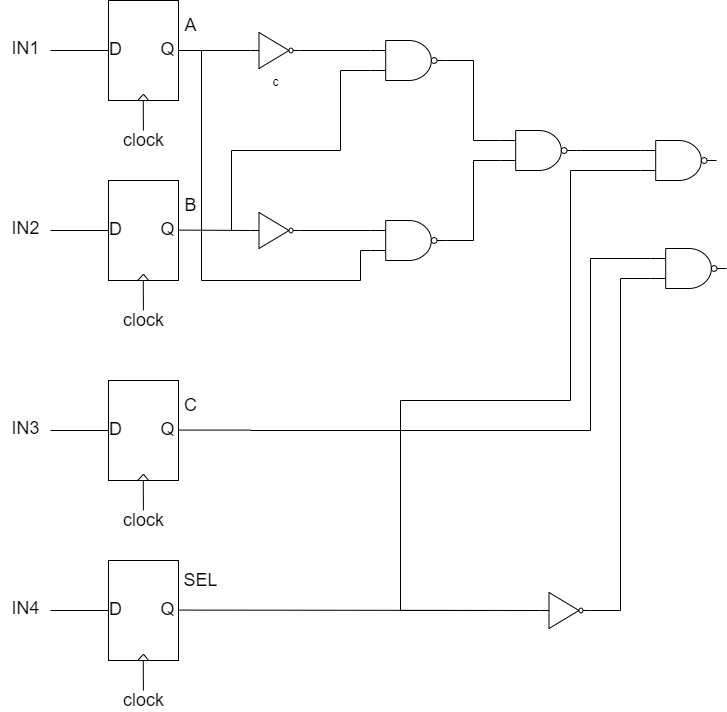
zgjsxx/static-img-repo keeps this draw.io diagram as blog/computer-base/Fundamentals-of-Computer-Architecture-and-Design/2/Logic-circuit-of-maximum-and-minimum-paths.png. Above is the earlier version. Source tidied: cells renumbered, new cells last; positions are measured from the earlier drawing's top-left corner, leaving out a move shared by most shapes.
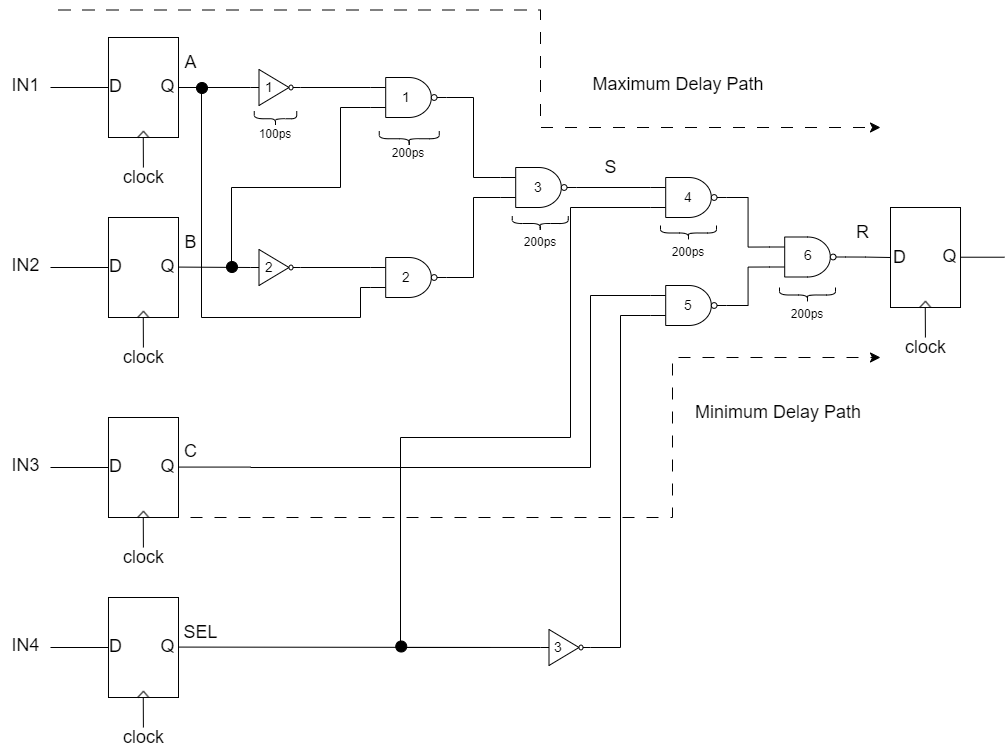
The same file after the commit.

What changed in the source:
```diff
@@ -51,7 +51,7 @@
         <mxPoint x="178" y="50" as="targetPoint" />
       </mxGeometry>
     </mxCell>
-    <mxCell id="14" value="c" style="verticalLabelPosition=bottom;shadow=0;dashed=0;align=center;html=1;verticalAlign=top;shape=mxgraph.electrical.logic_gates.inverter_2;" parent="1" vertex="1">
+    <mxCell id="14" style="verticalLabelPosition=bottom;shadow=0;dashed=0;align=center;html=1;verticalAlign=top;shape=mxgraph.electrical.logic_gates.inverter_2;" parent="1" vertex="1">
       <mxGeometry x="250" y="32" width="50" height="36" as="geometry" />
     </mxCell>
     <mxCell id="15" value="&lt;font style=&quot;font-size: 18px&quot;&gt;IN2&lt;/font&gt;" style="text;html=1;align=center;verticalAlign=middle;fillColor=none;strokeColor=none;rounded=0;" parent="1" vertex="1">
@@ -140,7 +140,7 @@
       </mxGeometry>
     </mxCell>
     <mxCell id="36" value="&lt;font style=&quot;font-size: 18px&quot;&gt;C&lt;/font&gt;" style="text;html=1;align=center;verticalAlign=middle;fillColor=none;strokeColor=none;rounded=0;" parent="1" vertex="1">
-      <mxGeometry x="170" y="385" width="40" height="40" as="geometry" />
+      <mxGeometry x="170" y="394" width="40" height="40" as="geometry" />
     </mxCell>
     <mxCell id="37" value="&lt;font style=&quot;font-size: 18px&quot;&gt;clock&lt;/font&gt;" style="text;html=1;align=center;verticalAlign=middle;fillColor=none;strokeColor=none;rounded=0;" parent="1" vertex="1">
       <mxGeometry x="113" y="510" width="60" height="20" as="geometry" />
@@ -189,7 +189,7 @@
       </mxGeometry>
     </mxCell>
     <mxCell id="48" value="&lt;font style=&quot;font-size: 18px&quot;&gt;SEL&lt;/font&gt;" style="text;html=1;align=center;verticalAlign=middle;fillColor=none;strokeColor=none;rounded=0;" parent="1" vertex="1">
-      <mxGeometry x="170" y="560" width="60" height="40" as="geometry" />
+      <mxGeometry x="170" y="575" width="60" height="40" as="geometry" />
     </mxCell>
     <mxCell id="49" value="&lt;font style=&quot;font-size: 18px&quot;&gt;clock&lt;/font&gt;" style="text;html=1;align=center;verticalAlign=middle;fillColor=none;strokeColor=none;rounded=0;" parent="1" vertex="1">
       <mxGeometry x="113" y="690" width="60" height="20" as="geometry" />
@@ -256,8 +256,11 @@
         </Array>
       </mxGeometry>
     </mxCell>
+    <mxCell id="68" style="edgeStyle=orthogonalEdgeStyle;rounded=0;jettySize=auto;html=1;exitX=1;exitY=0.5;exitDx=0;exitDy=0;exitPerimeter=0;entryX=0;entryY=0.25;entryDx=0;entryDy=0;entryPerimeter=0;endArrow=none;endFill=0;" parent="1" edge="1" source="62" target="84">
+      <mxGeometry relative="1" as="geometry" />
+    </mxCell>
     <mxCell id="62" style="verticalLabelPosition=bottom;shadow=0;dashed=0;align=center;html=1;verticalAlign=top;shape=mxgraph.electrical.logic_gates.logic_gate;operation=and;negating=1;negSize=0.15;" parent="1" vertex="1">
-      <mxGeometry x="640" y="140" width="76" height="40" as="geometry" />
+      <mxGeometry x="650" y="140" width="76" height="40" as="geometry" />
     </mxCell>
     <mxCell id="63" style="edgeStyle=orthogonalEdgeStyle;rounded=0;jettySize=auto;html=1;exitX=0;exitY=0.25;exitDx=0;exitDy=0;exitPerimeter=0;endArrow=none;endFill=0;" parent="1" edge="1" source="64">
       <mxGeometry relative="1" as="geometry">
@@ -268,6 +271,9 @@
         </Array>
       </mxGeometry>
     </mxCell>
+    <mxCell id="69" style="edgeStyle=orthogonalEdgeStyle;rounded=0;jettySize=auto;html=1;exitX=1;exitY=0.5;exitDx=0;exitDy=0;exitPerimeter=0;entryX=0;entryY=0.75;entryDx=0;entryDy=0;entryPerimeter=0;endArrow=none;endFill=0;" parent="1" edge="1" source="64" target="84">
+      <mxGeometry relative="1" as="geometry" />
+    </mxCell>
     <mxCell id="64" style="verticalLabelPosition=bottom;shadow=0;dashed=0;align=center;html=1;verticalAlign=top;shape=mxgraph.electrical.logic_gates.logic_gate;operation=and;negating=1;negSize=0.15;" parent="1" vertex="1">
       <mxGeometry x="650" y="248" width="76" height="40" as="geometry" />
     </mxCell>
@@ -280,5 +286,145 @@
     <mxCell id="67" style="edgeStyle=orthogonalEdgeStyle;rounded=0;jettySize=auto;html=1;exitX=1;exitY=0.5;exitDx=0;exitDy=0;exitPerimeter=0;entryX=0;entryY=0.75;entryDx=0;entryDy=0;entryPerimeter=0;endArrow=none;endFill=0;" parent="1" edge="1" source="66" target="64">
       <mxGeometry relative="1" as="geometry" />
     </mxCell>
+    <mxCell id="70" style="shape=curlyBracket;whiteSpace=wrap;html=1;rounded=1;labelPosition=left;verticalLabelPosition=middle;align=right;verticalAlign=middle;shadow=0;sketch=0;rotation=-90;" parent="1" vertex="1">
+      <mxGeometry x="267.5" y="60" width="15" height="42.5" as="geometry" />
+    </mxCell>
+    <mxCell id="71" value="&lt;font style=&quot;font-size: 14px;&quot;&gt;1&lt;/font&gt;" style="text;strokeColor=none;align=center;fillColor=none;html=1;verticalAlign=middle;whiteSpace=wrap;rounded=0;" parent="1" vertex="1">
+      <mxGeometry x="258.5" y="42.5" width="20" height="15" as="geometry" />
+    </mxCell>
+    <mxCell id="72" value="100ps" style="text;strokeColor=none;align=center;fillColor=none;html=1;verticalAlign=middle;whiteSpace=wrap;rounded=0;" parent="1" vertex="1">
+      <mxGeometry x="245" y="82" width="60" height="30" as="geometry" />
+    </mxCell>
+    <mxCell id="73" style="shape=curlyBracket;whiteSpace=wrap;html=1;rounded=1;labelPosition=left;verticalLabelPosition=middle;align=right;verticalAlign=middle;shadow=0;sketch=0;rotation=-90;" parent="1" vertex="1">
+      <mxGeometry x="401.2" y="71.2" width="15" height="60" as="geometry" />
+    </mxCell>
+    <mxCell id="74" value="200ps" style="text;strokeColor=none;align=center;fillColor=none;html=1;verticalAlign=middle;whiteSpace=wrap;rounded=0;" parent="1" vertex="1">
+      <mxGeometry x="378" y="101.2" width="60" height="30" as="geometry" />
+    </mxCell>
+    <mxCell id="75" style="shape=curlyBracket;whiteSpace=wrap;html=1;rounded=1;labelPosition=left;verticalLabelPosition=middle;align=right;verticalAlign=middle;shadow=0;sketch=0;rotation=-90;" parent="1" vertex="1">
+      <mxGeometry x="532.2" y="158" width="15" height="56" as="geometry" />
+    </mxCell>
+    <mxCell id="76" value="200ps" style="text;strokeColor=none;align=center;fillColor=none;html=1;verticalAlign=middle;whiteSpace=wrap;rounded=0;" parent="1" vertex="1">
+      <mxGeometry x="509.8" y="190" width="60" height="30" as="geometry" />
+    </mxCell>
+    <mxCell id="77" value="&lt;font style=&quot;font-size: 14px;&quot;&gt;1&lt;/font&gt;" style="text;strokeColor=none;align=center;fillColor=none;html=1;verticalAlign=middle;whiteSpace=wrap;rounded=0;" parent="1" vertex="1">
+      <mxGeometry x="396.2" y="52.5" width="20" height="15" as="geometry" />
+    </mxCell>
+    <mxCell id="78" value="&lt;font style=&quot;font-size: 14px;&quot;&gt;2&lt;/font&gt;" style="text;strokeColor=none;align=center;fillColor=none;html=1;verticalAlign=middle;whiteSpace=wrap;rounded=0;" parent="1" vertex="1">
+      <mxGeometry x="396.2" y="232.5" width="20" height="15" as="geometry" />
+    </mxCell>
+    <mxCell id="79" value="&lt;font style=&quot;font-size: 14px;&quot;&gt;2&lt;/font&gt;" style="text;strokeColor=none;align=center;fillColor=none;html=1;verticalAlign=middle;whiteSpace=wrap;rounded=0;" parent="1" vertex="1">
+      <mxGeometry x="258.5" y="222.5" width="20" height="15" as="geometry" />
+    </mxCell>
+    <mxCell id="80" value="&lt;font style=&quot;font-size: 14px;&quot;&gt;3&lt;/font&gt;" style="text;strokeColor=none;align=center;fillColor=none;html=1;verticalAlign=middle;whiteSpace=wrap;rounded=0;" parent="1" vertex="1">
+      <mxGeometry x="528" y="142.5" width="20" height="15" as="geometry" />
+    </mxCell>
+    <mxCell id="81" value="&lt;font style=&quot;font-size: 14px;&quot;&gt;4&lt;/font&gt;" style="text;strokeColor=none;align=center;fillColor=none;html=1;verticalAlign=middle;whiteSpace=wrap;rounded=0;" parent="1" vertex="1">
+      <mxGeometry x="678" y="152.5" width="20" height="15" as="geometry" />
+    </mxCell>
+    <mxCell id="82" value="&lt;font style=&quot;font-size: 14px;&quot;&gt;5&lt;/font&gt;" style="text;strokeColor=none;align=center;fillColor=none;html=1;verticalAlign=middle;whiteSpace=wrap;rounded=0;" parent="1" vertex="1">
+      <mxGeometry x="678" y="260" width="20" height="15" as="geometry" />
+    </mxCell>
+    <mxCell id="83" style="edgeStyle=orthogonalEdgeStyle;rounded=0;jettySize=auto;html=1;exitX=1;exitY=0.5;exitDx=0;exitDy=0;exitPerimeter=0;entryX=0.2;entryY=0.5;entryDx=0;entryDy=0;endArrow=none;endFill=0;entryPerimeter=0;" parent="1" edge="1" source="84" target="91">
+      <mxGeometry relative="1" as="geometry" />
+    </mxCell>
+    <mxCell id="84" style="verticalLabelPosition=bottom;shadow=0;dashed=0;align=center;html=1;verticalAlign=top;shape=mxgraph.electrical.logic_gates.logic_gate;operation=and;negating=1;negSize=0.15;" parent="1" vertex="1">
+      <mxGeometry x="769" y="199.5" width="76" height="40" as="geometry" />
+    </mxCell>
+    <mxCell id="85" value="&lt;font style=&quot;font-size: 14px;&quot;&gt;6&lt;/font&gt;" style="text;strokeColor=none;align=center;fillColor=none;html=1;verticalAlign=middle;whiteSpace=wrap;rounded=0;" parent="1" vertex="1">
+      <mxGeometry x="798" y="210" width="20" height="15" as="geometry" />
+    </mxCell>
+    <mxCell id="86" style="group;" parent="1" vertex="1">
+      <mxGeometry x="890" y="170" width="70" height="100" as="geometry" />
+    </mxCell>
+    <mxCell id="87" style="rounded=0;whiteSpace=wrap;html=1;" parent="86" vertex="1">
+      <mxGeometry width="70" height="100" as="geometry" />
+    </mxCell>
+    <mxCell id="88" style="endArrow=none;html=1;rounded=0;" parent="86" edge="1">
+      <mxGeometry relative="1" as="geometry">
+        <mxPoint x="29.2" y="100" as="sourcePoint" />
+        <mxPoint x="35" y="93.8" as="targetPoint" />
+      </mxGeometry>
+    </mxCell>
+    <mxCell id="89" style="endArrow=none;html=1;rounded=0;exitX=0.574;exitY=0.999;exitDx=0;exitDy=0;exitPerimeter=0;" parent="86" edge="1" source="87">
+      <mxGeometry relative="1" as="geometry">
+        <mxPoint x="35" y="93.8" as="targetPoint" />
+      </mxGeometry>
+    </mxCell>
+    <mxCell id="90" value="&lt;font style=&quot;font-size: 18px&quot;&gt;Q&lt;/font&gt;" style="text;html=1;align=center;verticalAlign=middle;fillColor=none;strokeColor=none;rounded=0;" parent="86" vertex="1">
+      <mxGeometry x="43.6" y="39.3" width="30" height="20" as="geometry" />
+    </mxCell>
+    <mxCell id="91" value="&lt;font style=&quot;font-size: 18px&quot;&gt;D&lt;/font&gt;" style="text;html=1;align=center;verticalAlign=middle;points=[];fillColor=none;strokeColor=none;rounded=0;" parent="86" vertex="1">
+      <mxGeometry x="-6" y="40" width="30" height="20" as="geometry" />
+    </mxCell>
+    <mxCell id="92" style="endArrow=none;html=1;rounded=0;" parent="1" edge="1">
+      <mxGeometry relative="1" as="geometry">
+        <mxPoint x="924.8" y="270" as="sourcePoint" />
+        <mxPoint x="924.9" y="300" as="targetPoint" />
+      </mxGeometry>
+    </mxCell>
+    <mxCell id="93" value="&lt;font style=&quot;font-size: 18px&quot;&gt;R&lt;/font&gt;" style="text;html=1;align=center;verticalAlign=middle;fillColor=none;strokeColor=none;rounded=0;" parent="1" vertex="1">
+      <mxGeometry x="842" y="175" width="40" height="40" as="geometry" />
+    </mxCell>
+    <mxCell id="94" value="&lt;font style=&quot;font-size: 18px&quot;&gt;clock&lt;/font&gt;" style="text;html=1;align=center;verticalAlign=middle;fillColor=none;strokeColor=none;rounded=0;" parent="1" vertex="1">
+      <mxGeometry x="895" y="300" width="60" height="20" as="geometry" />
+    </mxCell>
+    <mxCell id="95" style="edgeStyle=orthogonalEdgeStyle;rounded=0;orthogonalLoop=1;jettySize=auto;html=1;exitX=1;exitY=0.5;exitDx=0;exitDy=0;exitPerimeter=0;entryX=0;entryY=0.5;entryDx=0;entryDy=0;endArrow=none;endFill=0;" parent="1" edge="1">
+      <mxGeometry relative="1" as="geometry">
+        <mxPoint x="960" y="219.7" as="sourcePoint" />
+        <mxPoint x="1004" y="219.7" as="targetPoint" />
+      </mxGeometry>
+    </mxCell>
+    <mxCell id="96" style="shape=curlyBracket;whiteSpace=wrap;html=1;rounded=1;labelPosition=left;verticalLabelPosition=middle;align=right;verticalAlign=middle;shadow=0;sketch=0;rotation=-90;" parent="1" vertex="1">
+      <mxGeometry x="680.5" y="167.5" width="15" height="56" as="geometry" />
+    </mxCell>
+    <mxCell id="97" value="200ps" style="text;strokeColor=none;align=center;fillColor=none;html=1;verticalAlign=middle;whiteSpace=wrap;rounded=0;" parent="1" vertex="1">
+      <mxGeometry x="658" y="199.5" width="60" height="30" as="geometry" />
+    </mxCell>
+    <mxCell id="98" style="shape=curlyBracket;whiteSpace=wrap;html=1;rounded=1;labelPosition=left;verticalLabelPosition=middle;align=right;verticalAlign=middle;shadow=0;sketch=0;rotation=-90;" parent="1" vertex="1">
+      <mxGeometry x="799.5" y="229.5" width="15" height="56" as="geometry" />
+    </mxCell>
+    <mxCell id="99" value="200ps" style="text;strokeColor=none;align=center;fillColor=none;html=1;verticalAlign=middle;whiteSpace=wrap;rounded=0;" parent="1" vertex="1">
+      <mxGeometry x="777" y="261.5" width="60" height="30" as="geometry" />
+    </mxCell>
+    <mxCell id="100" value="&lt;font style=&quot;font-size: 14px;&quot;&gt;3&lt;/font&gt;" style="text;strokeColor=none;align=center;fillColor=none;html=1;verticalAlign=middle;whiteSpace=wrap;rounded=0;" parent="1" vertex="1">
+      <mxGeometry x="547.8" y="602.5" width="20" height="15" as="geometry" />
+    </mxCell>
+    <mxCell id="101" style="edgeStyle=elbowEdgeStyle;elbow=horizontal;endArrow=classic;html=1;curved=0;rounded=0;endSize=8;startSize=8;dashed=1;dashPattern=12 12;" parent="1" edge="1">
+      <mxGeometry relative="1" as="geometry">
+        <mxPoint x="58" y="-27.5" as="sourcePoint" />
+        <mxPoint x="880" y="90" as="targetPoint" />
+        <Array as="points">
+          <mxPoint x="540" y="-2.5" />
+        </Array>
+      </mxGeometry>
+    </mxCell>
+    <mxCell id="102" value="&lt;font style=&quot;font-size: 18px;&quot;&gt;Maximum Delay Path&lt;/font&gt;" style="text;strokeColor=none;align=center;fillColor=none;html=1;verticalAlign=middle;whiteSpace=wrap;rounded=0;" parent="1" vertex="1">
+      <mxGeometry x="558" y="32" width="240" height="30" as="geometry" />
+    </mxCell>
+    <mxCell id="103" style="edgeStyle=elbowEdgeStyle;elbow=horizontal;endArrow=classic;html=1;curved=0;rounded=0;endSize=8;startSize=8;dashed=1;dashPattern=12 12;" parent="1" edge="1">
+      <mxGeometry relative="1" as="geometry">
+        <mxPoint x="190" y="480" as="sourcePoint" />
+        <mxPoint x="880" y="320" as="targetPoint" />
+        <Array as="points">
+          <mxPoint x="672" y="505" />
+        </Array>
+      </mxGeometry>
+    </mxCell>
+    <mxCell id="104" value="&lt;font style=&quot;font-size: 18px;&quot;&gt;Minimum Delay Path&lt;/font&gt;" style="text;strokeColor=none;align=center;fillColor=none;html=1;verticalAlign=middle;whiteSpace=wrap;rounded=0;" parent="1" vertex="1">
+      <mxGeometry x="658" y="360" width="240" height="30" as="geometry" />
+    </mxCell>
+    <mxCell id="105" style="ellipse;whiteSpace=wrap;html=1;shadow=0;sketch=0;fontSize=14;fillColor=#000000;" parent="1" vertex="1">
+      <mxGeometry x="196" y="45" width="11" height="11" as="geometry" />
+    </mxCell>
+    <mxCell id="106" style="ellipse;whiteSpace=wrap;html=1;shadow=0;sketch=0;fontSize=14;fillColor=#000000;" parent="1" vertex="1">
+      <mxGeometry x="226" y="224" width="11" height="11" as="geometry" />
+    </mxCell>
+    <mxCell id="107" style="ellipse;whiteSpace=wrap;html=1;shadow=0;sketch=0;fontSize=14;fillColor=#000000;" parent="1" vertex="1">
+      <mxGeometry x="395.2" y="603.5" width="11" height="11" as="geometry" />
+    </mxCell>
+    <mxCell id="108" value="&lt;font style=&quot;font-size: 18px&quot;&gt;S&lt;/font&gt;" style="text;html=1;align=center;verticalAlign=middle;fillColor=none;strokeColor=none;rounded=0;" parent="1" vertex="1">
+      <mxGeometry x="590" y="110" width="40" height="40" as="geometry" />
+    </mxCell>
   </root>
 </mxGraphModel>
```
